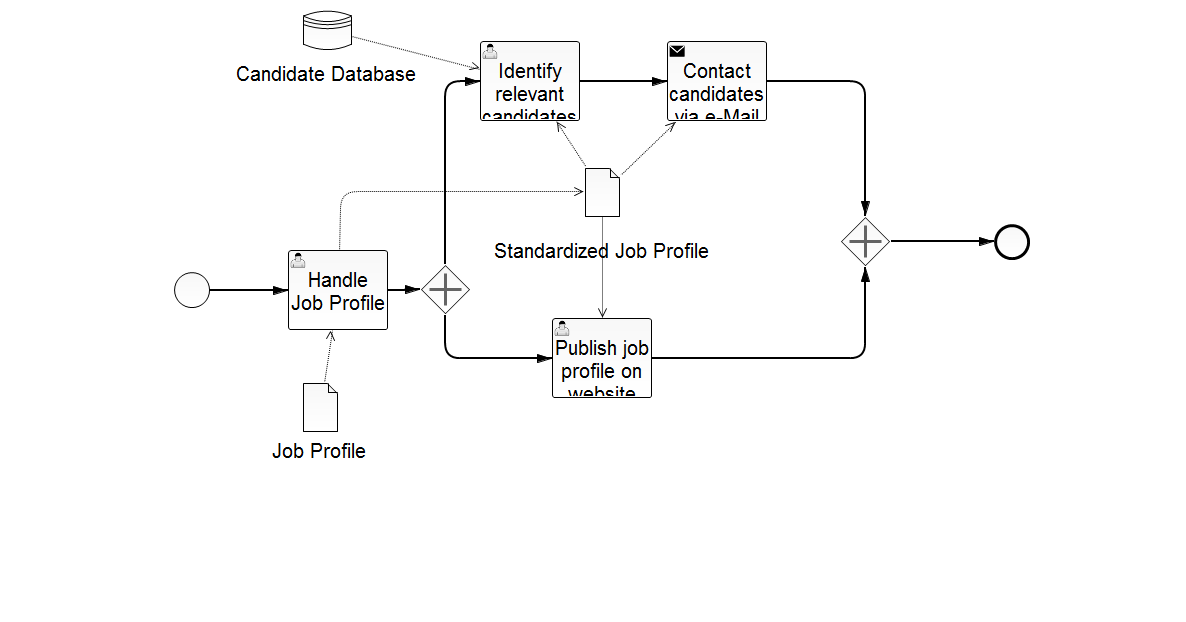
Before: src/main/resources/search_candidate.png, a diagram exported from BPMN (SandraLe/WEPLACM). Its source is kept beside it as src/main/resources/search_candidate.bpmn. Ids are renumbered.
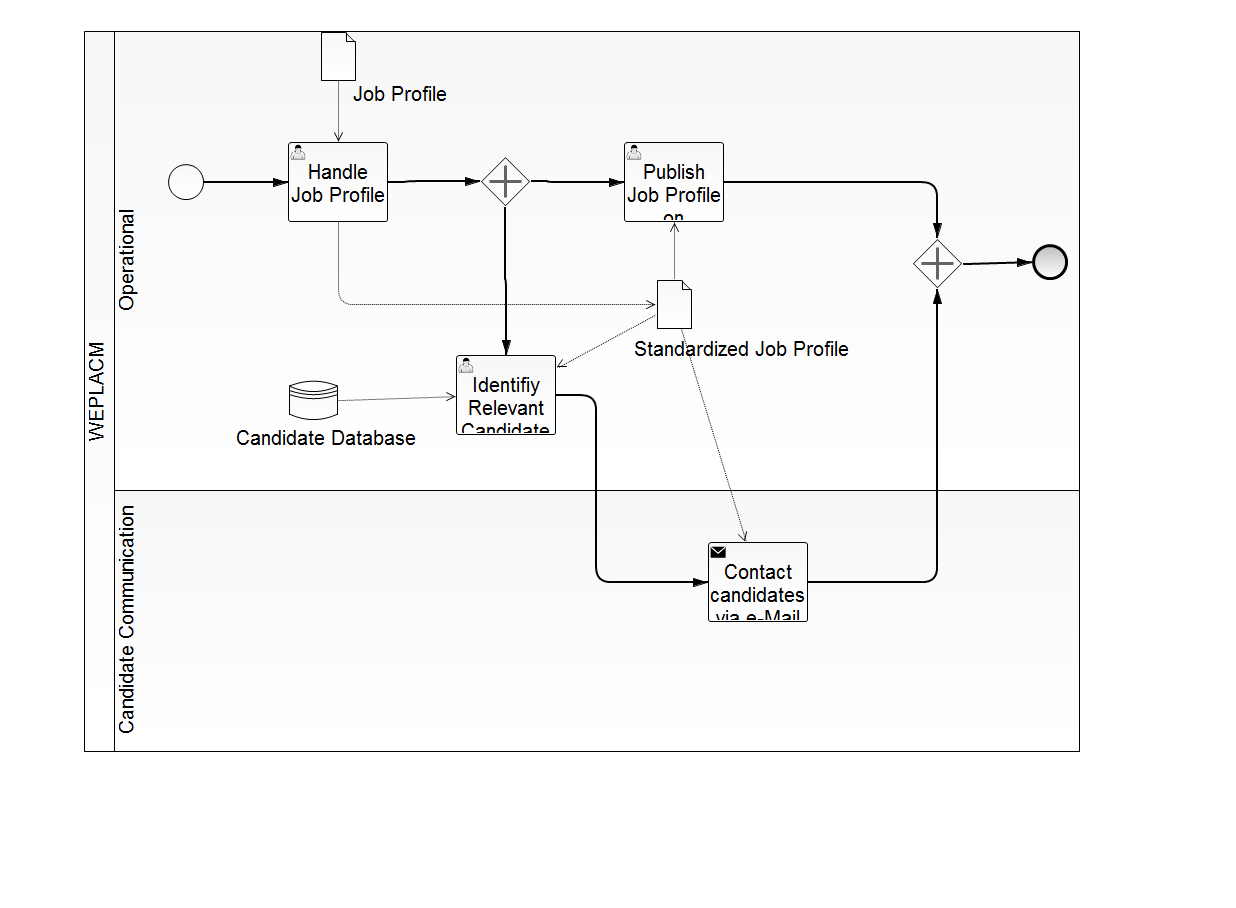
Later version of the same file.

Diff of the diagram source:
```diff
@@ -5,93 +5,93 @@
   <bpmn2:process id="search_candidate" isExecutable="true">
     <bpmn2:ioSpecification id="InputOutputSpecification_1"/>
     <bpmn2:laneSet id="LaneSet_1" name="Lane Set 1">
-      <bpmn2:lane id="Lane_1" name="Operational">
-        <bpmn2:flowNodeRef>EndEvent_3</bpmn2:flowNodeRef>
-        <bpmn2:flowNodeRef>Task_1</bpmn2:flowNodeRef>
-        <bpmn2:flowNodeRef>StartEvent_1</bpmn2:flowNodeRef>
-        <bpmn2:flowNodeRef>Task_3</bpmn2:flowNodeRef>
+      <bpmn2:lane id="Operations" name="Operations">
+        <bpmn2:flowNodeRef>HandleJobProfile</bpmn2:flowNodeRef>
+        <bpmn2:flowNodeRef>StartEvent_SearchCandidates</bpmn2:flowNodeRef>
+        <bpmn2:flowNodeRef>PublishJobProfileOnWebsite</bpmn2:flowNodeRef>
         <bpmn2:flowNodeRef>ParallelGateway_1</bpmn2:flowNodeRef>
-        <bpmn2:flowNodeRef>Task_2</bpmn2:flowNodeRef>
         <bpmn2:flowNodeRef>ParallelGateway_2</bpmn2:flowNodeRef>
+        <bpmn2:flowNodeRef>IdentifyRelevantCandidates</bpmn2:flowNodeRef>
+        <bpmn2:flowNodeRef>EndEvent_SearchCandidates</bpmn2:flowNodeRef>
       </bpmn2:lane>
-      <bpmn2:lane id="Lane_5" name="Candidate Communication">
-        <bpmn2:flowNodeRef>Task_4</bpmn2:flowNodeRef>
+      <bpmn2:lane id="CandidateCommunication" name="Candidate Communication">
+        <bpmn2:flowNodeRef>ContactCandidatesViaEMail</bpmn2:flowNodeRef>
       </bpmn2:lane>
     </bpmn2:laneSet>
-    <bpmn2:dataStoreReference id="_DataStoreReference_2" name="Candidate Database" dataStoreRef="DataStore_1"/>
+    <bpmn2:dataStoreReference id="CandidateDatabase" name="Candidate Database" dataStoreRef="DataStore_1"/>
     <bpmn2:dataObject id="DataObject_1" name="Data Object 1"/>
     <bpmn2:dataObject id="DataObject_2" name="Data Object 2"/>
-    <bpmn2:endEvent id="EndEvent_3">
-      <bpmn2:incoming>SequenceFlow_17</bpmn2:incoming>
-    </bpmn2:endEvent>
-    <bpmn2:dataObjectReference id="JobProfileReference1" name="Job Profile" dataObjectRef="DataObject_1"/>
-    <bpmn2:userTask id="Task_1" name="Handle Job Profile">
+    <bpmn2:userTask id="HandleJobProfile" name="Handle Job Profile">
       <bpmn2:incoming>SequenceFlow_1</bpmn2:incoming>
       <bpmn2:outgoing>SequenceFlow_10</bpmn2:outgoing>
       <bpmn2:dataInputAssociation id="DataInputAssociation_3">
-        <bpmn2:sourceRef>JobProfileReference1</bpmn2:sourceRef>
+        <bpmn2:sourceRef>JobProfile</bpmn2:sourceRef>
       </bpmn2:dataInputAssociation>
       <bpmn2:dataOutputAssociation id="DataOutputAssociation_1">
-        <bpmn2:targetRef>StandardizedJobProfileReference1</bpmn2:targetRef>
+        <bpmn2:targetRef>StandardizedJobProfile</bpmn2:targetRef>
       </bpmn2:dataOutputAssociation>
     </bpmn2:userTask>
-    <bpmn2:sequenceFlow id="SequenceFlow_10" name="" sourceRef="Task_1" targetRef="ParallelGateway_1"/>
-    <bpmn2:startEvent id="StartEvent_1">
+    <bpmn2:sequenceFlow id="SequenceFlow_10" name="" sourceRef="HandleJobProfile" targetRef="ParallelGateway_1"/>
+    <bpmn2:startEvent id="StartEvent_SearchCandidates">
       <bpmn2:outgoing>SequenceFlow_1</bpmn2:outgoing>
     </bpmn2:startEvent>
-    <bpmn2:sequenceFlow id="SequenceFlow_1" name="" sourceRef="StartEvent_1" targetRef="Task_1"/>
-    <bpmn2:userTask id="Task_3" name="Publish job profile on website">
+    <bpmn2:sequenceFlow id="SequenceFlow_1" name="" sourceRef="StartEvent_SearchCandidates" targetRef="HandleJobProfile"/>
+    <bpmn2:userTask id="PublishJobProfileOnWebsite" name="Publish Job Profile on Website">
       <bpmn2:incoming>SequenceFlow_8</bpmn2:incoming>
       <bpmn2:outgoing>SequenceFlow_14</bpmn2:outgoing>
       <bpmn2:dataInputAssociation id="DataInputAssociation_6">
-        <bpmn2:sourceRef>StandardizedJobProfileReference1</bpmn2:sourceRef>
+        <bpmn2:sourceRef>StandardizedJobProfile</bpmn2:sourceRef>
       </bpmn2:dataInputAssociation>
     </bpmn2:userTask>
-    <bpmn2:sequenceFlow id="SequenceFlow_14" name="" sourceRef="Task_3" targetRef="ParallelGateway_2"/>
+    <bpmn2:sequenceFlow id="SequenceFlow_14" name="" sourceRef="PublishJobProfileOnWebsite" targetRef="ParallelGateway_2"/>
     <bpmn2:parallelGateway id="ParallelGateway_1">
       <bpmn2:incoming>SequenceFlow_10</bpmn2:incoming>
       <bpmn2:outgoing>SequenceFlow_8</bpmn2:outgoing>
       <bpmn2:outgoing>SequenceFlow_9</bpmn2:outgoing>
     </bpmn2:parallelGateway>
-    <bpmn2:sequenceFlow id="SequenceFlow_8" name="" sourceRef="ParallelGateway_1" targetRef="Task_3"/>
-    <bpmn2:sequenceFlow id="SequenceFlow_9" name="" sourceRef="ParallelGateway_1" targetRef="Task_2"/>
-    <bpmn2:userTask id="Task_2" name="Identify relevant candidates from the database">
+    <bpmn2:sequenceFlow id="SequenceFlow_8" name="" sourceRef="ParallelGateway_1" targetRef="PublishJobProfileOnWebsite"/>
+    <bpmn2:sequenceFlow id="SequenceFlow_9" name="" sourceRef="ParallelGateway_1" targetRef="IdentifyRelevantCandidates"/>
+    <bpmn2:parallelGateway id="ParallelGateway_2">
+      <bpmn2:incoming>SequenceFlow_14</bpmn2:incoming>
+      <bpmn2:incoming>SequenceFlow_12</bpmn2:incoming>
+      <bpmn2:outgoing>SequenceFlow_17</bpmn2:outgoing>
+    </bpmn2:parallelGateway>
+    <bpmn2:sequenceFlow id="SequenceFlow_17" name="" sourceRef="ParallelGateway_2" targetRef="EndEvent_SearchCandidates"/>
+    <bpmn2:userTask id="IdentifyRelevantCandidates" name="Identifiy Relevant Candidates">
       <bpmn2:incoming>SequenceFlow_9</bpmn2:incoming>
       <bpmn2:outgoing>SequenceFlow_11</bpmn2:outgoing>
       <bpmn2:dataInputAssociation id="DataInputAssociation_1">
-        <bpmn2:sourceRef>_DataStoreReference_2</bpmn2:sourceRef>
+        <bpmn2:sourceRef>CandidateDatabase</bpmn2:sourceRef>
       </bpmn2:dataInputAssociation>
       <bpmn2:dataInputAssociation id="DataInputAssociation_5">
-        <bpmn2:sourceRef>StandardizedJobProfileReference1</bpmn2:sourceRef>
+        <bpmn2:sourceRef>StandardizedJobProfile</bpmn2:sourceRef>
       </bpmn2:dataInputAssociation>
     </bpmn2:userTask>
-    <bpmn2:sequenceFlow id="SequenceFlow_11" name="" sourceRef="Task_2" targetRef="Task_4"/>
-    <bpmn2:parallelGateway id="ParallelGateway_2">
-      <bpmn2:incoming>SequenceFlow_12</bpmn2:incoming>
-      <bpmn2:incoming>SequenceFlow_14</bpmn2:incoming>
-      <bpmn2:outgoing>SequenceFlow_17</bpmn2:outgoing>
-    </bpmn2:parallelGateway>
-    <bpmn2:sequenceFlow id="SequenceFlow_17" name="" sourceRef="ParallelGateway_2" targetRef="EndEvent_3"/>
-    <bpmn2:dataObjectReference id="StandardizedJobProfileReference1" name="Standardized Job Profile" dataObjectRef="DataObject_2"/>
-    <bpmn2:sendTask id="Task_4" name="Contact candidates via e-Mail">
+    <bpmn2:sequenceFlow id="SequenceFlow_11" name="" sourceRef="IdentifyRelevantCandidates" targetRef="ContactCandidatesViaEMail"/>
+    <bpmn2:sendTask id="ContactCandidatesViaEMail" name="Contact candidates via e-Mail">
       <bpmn2:incoming>SequenceFlow_11</bpmn2:incoming>
       <bpmn2:outgoing>SequenceFlow_12</bpmn2:outgoing>
       <bpmn2:dataInputAssociation id="DataInputAssociation_4">
-        <bpmn2:sourceRef>StandardizedJobProfileReference1</bpmn2:sourceRef>
+        <bpmn2:sourceRef>StandardizedJobProfile</bpmn2:sourceRef>
       </bpmn2:dataInputAssociation>
     </bpmn2:sendTask>
-    <bpmn2:sequenceFlow id="SequenceFlow_12" name="" sourceRef="Task_4" targetRef="ParallelGateway_2"/>
+    <bpmn2:sequenceFlow id="SequenceFlow_12" name="" sourceRef="ContactCandidatesViaEMail" targetRef="ParallelGateway_2"/>
+    <bpmn2:endEvent id="EndEvent_SearchCandidates">
+      <bpmn2:incoming>SequenceFlow_17</bpmn2:incoming>
+    </bpmn2:endEvent>
+    <bpmn2:dataObjectReference id="JobProfile" name="Job Profile" dataObjectRef="DataObject_1"/>
+    <bpmn2:dataObjectReference id="StandardizedJobProfile" name="Standardized Job Profile" dataObjectRef="DataObject_2"/>
   </bpmn2:process>
   <bpmn2:dataStore id="DataStore_1" name="Data Store 1"/>
   <bpmndi:BPMNDiagram id="BPMNDiagram_1">
     <bpmndi:BPMNPlane id="BPMNPlane_1" bpmnElement="_Collaboration_4">
-      <bpmndi:BPMNShape id="_BPMNShape_StartEvent_6" bpmnElement="StartEvent_1">
+      <bpmndi:BPMNShape id="_BPMNShape_StartEvent_6" bpmnElement="StartEvent_SearchCandidates">
         <dc:Bounds height="36.0" width="36.0" x="168.0" y="133.0"/>
         <bpmndi:BPMNLabel>
           <dc:Bounds height="0.0" width="0.0" x="186.0" y="555.0"/>
         </bpmndi:BPMNLabel>
       </bpmndi:BPMNShape>
-      <bpmndi:BPMNShape id="_BPMNShape_Task_2" bpmnElement="Task_1">
+      <bpmndi:BPMNShape id="_BPMNShape_Task_2" bpmnElement="HandleJobProfile">
         <dc:Bounds height="80.0" width="100.0" x="288.0" y="111.0"/>
       </bpmndi:BPMNShape>
       <bpmndi:BPMNEdge id="BPMNEdge_SequenceFlow_1" bpmnElement="SequenceFlow_1" sourceElement="_BPMNShape_StartEvent_6" targetElement="_BPMNShape_Task_2">
@@ -101,14 +101,14 @@
           <dc:Bounds height="6.0" width="6.0" x="254.0" y="555.0"/>
         </bpmndi:BPMNLabel>
       </bpmndi:BPMNEdge>
-      <bpmndi:BPMNShape id="_BPMNShape_Task_3" bpmnElement="Task_2">
-        <dc:Bounds height="80.0" width="100.0" x="456.0" y="269.0"/>
+      <bpmndi:BPMNShape id="_BPMNShape_Task_3" bpmnElement="IdentifyRelevantCandidates">
+        <dc:Bounds height="80.0" width="100.0" x="456.0" y="324.0"/>
       </bpmndi:BPMNShape>
-      <bpmndi:BPMNShape id="_BPMNShape_Task_4" bpmnElement="Task_3">
+      <bpmndi:BPMNShape id="_BPMNShape_Task_4" bpmnElement="PublishJobProfileOnWebsite">
         <dc:Bounds height="80.0" width="100.0" x="624.0" y="111.0"/>
       </bpmndi:BPMNShape>
-      <bpmndi:BPMNShape id="_BPMNShape_Task_5" bpmnElement="Task_4">
-        <dc:Bounds height="80.0" width="100.0" x="624.0" y="507.0"/>
+      <bpmndi:BPMNShape id="_BPMNShape_Task_5" bpmnElement="ContactCandidatesViaEMail">
+        <dc:Bounds height="80.0" width="100.0" x="708.0" y="511.0"/>
       </bpmndi:BPMNShape>
       <bpmndi:BPMNShape id="_BPMNShape_ParallelGateway_2" bpmnElement="ParallelGateway_1">
         <dc:Bounds height="50.0" width="50.0" x="480.0" y="125.0"/>
@@ -129,7 +129,7 @@
         <di:waypoint xsi:type="dc:Point" x="505.0" y="175.0"/>
         <di:waypoint xsi:type="dc:Point" x="505.0" y="248.0"/>
         <di:waypoint xsi:type="dc:Point" x="506.0" y="248.0"/>
-        <di:waypoint xsi:type="dc:Point" x="506.0" y="269.0"/>
+        <di:waypoint xsi:type="dc:Point" x="506.0" y="324.0"/>
         <bpmndi:BPMNLabel>
           <dc:Bounds height="6.0" width="6.0" x="502.0" y="555.0"/>
         </bpmndi:BPMNLabel>
@@ -144,12 +144,12 @@
         </bpmndi:BPMNLabel>
       </bpmndi:BPMNEdge>
       <bpmndi:BPMNEdge id="BPMNEdge_SequenceFlow_11" bpmnElement="SequenceFlow_11" sourceElement="_BPMNShape_Task_3" targetElement="_BPMNShape_Task_5">
-        <di:waypoint xsi:type="dc:Point" x="556.0" y="309.0"/>
-        <di:waypoint xsi:type="dc:Point" x="596.0" y="309.0"/>
-        <di:waypoint xsi:type="dc:Point" x="596.0" y="547.0"/>
-        <di:waypoint xsi:type="dc:Point" x="624.0" y="547.0"/>
+        <di:waypoint xsi:type="dc:Point" x="556.0" y="364.0"/>
+        <di:waypoint xsi:type="dc:Point" x="596.0" y="364.0"/>
+        <di:waypoint xsi:type="dc:Point" x="596.0" y="551.0"/>
+        <di:waypoint xsi:type="dc:Point" x="708.0" y="551.0"/>
         <bpmndi:BPMNLabel>
-          <dc:Bounds height="6.0" width="6.0" x="601.0" y="555.0"/>
+          <dc:Bounds height="6.0" width="6.0" x="593.0" y="450.0"/>
         </bpmndi:BPMNLabel>
       </bpmndi:BPMNEdge>
       <bpmndi:BPMNShape id="_BPMNShape_ParallelGateway_3" bpmnElement="ParallelGateway_2">
@@ -159,87 +159,86 @@
         </bpmndi:BPMNLabel>
       </bpmndi:BPMNShape>
       <bpmndi:BPMNEdge id="BPMNEdge_SequenceFlow_12" bpmnElement="SequenceFlow_12" sourceElement="_BPMNShape_Task_5" targetElement="_BPMNShape_ParallelGateway_3">
-        <di:waypoint xsi:type="dc:Point" x="724.0" y="547.0"/>
-        <di:waypoint xsi:type="dc:Point" x="937.0" y="547.0"/>
+        <di:waypoint xsi:type="dc:Point" x="808.0" y="551.0"/>
+        <di:waypoint xsi:type="dc:Point" x="937.0" y="551.0"/>
         <di:waypoint xsi:type="dc:Point" x="937.0" y="257.0"/>
         <bpmndi:BPMNLabel>
-          <dc:Bounds height="6.0" width="6.0" x="777.0" y="660.0"/>
+          <dc:Bounds height="6.0" width="6.0" x="861.0" y="664.0"/>
         </bpmndi:BPMNLabel>
       </bpmndi:BPMNEdge>
       <bpmndi:BPMNEdge id="BPMNEdge_SequenceFlow_14" bpmnElement="SequenceFlow_14" sourceElement="_BPMNShape_Task_4" targetElement="_BPMNShape_ParallelGateway_3">
         <di:waypoint xsi:type="dc:Point" x="724.0" y="151.0"/>
         <di:waypoint xsi:type="dc:Point" x="746.0" y="151.0"/>
-        <di:waypoint xsi:type="dc:Point" x="746.0" y="232.0"/>
-        <di:waypoint xsi:type="dc:Point" x="912.0" y="232.0"/>
+        <di:waypoint xsi:type="dc:Point" x="937.0" y="151.0"/>
+        <di:waypoint xsi:type="dc:Point" x="937.0" y="207.0"/>
         <bpmndi:BPMNLabel>
-          <dc:Bounds height="6.0" width="6.0" x="775.0" y="555.0"/>
+          <dc:Bounds height="6.0" width="6.0" x="856.0" y="474.0"/>
         </bpmndi:BPMNLabel>
       </bpmndi:BPMNEdge>
-      <bpmndi:BPMNShape id="_BPMNShape_EndEvent_7" bpmnElement="EndEvent_3">
-        <dc:Bounds height="36.0" width="36.0" x="994.0" y="309.0"/>
+      <bpmndi:BPMNShape id="_BPMNShape_EndEvent_7" bpmnElement="EndEvent_SearchCandidates">
+        <dc:Bounds height="36.0" width="36.0" x="1032.0" y="213.0"/>
         <bpmndi:BPMNLabel>
-          <dc:Bounds height="0.0" width="0.0" x="1012.0" y="555.0"/>
+          <dc:Bounds height="0.0" width="0.0" x="1050.0" y="459.0"/>
         </bpmndi:BPMNLabel>
       </bpmndi:BPMNShape>
       <bpmndi:BPMNEdge id="BPMNEdge_SequenceFlow_17" bpmnElement="SequenceFlow_17" sourceElement="_BPMNShape_ParallelGateway_3" targetElement="_BPMNShape_EndEvent_7">
-        <di:waypoint xsi:type="dc:Point" x="937.0" y="257.0"/>
-        <di:waypoint xsi:type="dc:Point" x="937.0" y="327.0"/>
-        <di:waypoint xsi:type="dc:Point" x="994.0" y="327.0"/>
+        <di:waypoint xsi:type="dc:Point" x="962.0" y="232.0"/>
+        <di:waypoint xsi:type="dc:Point" x="1032.0" y="231.0"/>
         <bpmndi:BPMNLabel>
-          <dc:Bounds height="6.0" width="6.0" x="932.0" y="555.0"/>
+          <dc:Bounds height="6.0" width="6.0" x="982.0" y="232.0"/>
         </bpmndi:BPMNLabel>
       </bpmndi:BPMNEdge>
-      <bpmndi:BPMNShape id="_BPMNShape_DataStoreReference_2" bpmnElement="_DataStoreReference_2">
+      <bpmndi:BPMNShape id="_BPMNShape_DataStoreReference_2" bpmnElement="CandidateDatabase">
         <dc:Bounds height="50.0" width="50.0" x="288.0" y="344.0"/>
         <bpmndi:BPMNLabel>
-          <dc:Bounds height="22.0" width="123.0" x="266.0" y="393.0"/>
+          <dc:Bounds height="29.0" width="186.0" x="234.0" y="393.0"/>
         </bpmndi:BPMNLabel>
       </bpmndi:BPMNShape>
       <bpmndi:BPMNEdge id="BPMNEdge_DataInputAssociation_1" bpmnElement="DataInputAssociation_1" sourceElement="_BPMNShape_DataStoreReference_2" targetElement="_BPMNShape_Task_3">
-        <di:waypoint xsi:type="dc:Point" x="338.0" y="361.0"/>
-        <di:waypoint xsi:type="dc:Point" x="456.0" y="325.0"/>
+        <di:waypoint xsi:type="dc:Point" x="338.0" y="368.0"/>
+        <di:waypoint xsi:type="dc:Point" x="456.0" y="365.0"/>
       </bpmndi:BPMNEdge>
-      <bpmndi:BPMNShape id="_BPMNShape_DataObjectReference_7" bpmnElement="JobProfileReference1">
-        <dc:Bounds height="50.0" width="36.0" x="324.0" y="27.0"/>
+      <bpmndi:BPMNShape id="_BPMNShape_DataObjectReference_7" bpmnElement="JobProfile">
+        <dc:Bounds height="50.0" width="36.0" x="320.0" y="0.0"/>
         <bpmndi:BPMNLabel>
-          <dc:Bounds height="22.0" width="66.0" x="372.0" y="76.0"/>
+          <dc:Bounds height="29.0" width="100.0" x="351.0" y="49.0"/>
         </bpmndi:BPMNLabel>
       </bpmndi:BPMNShape>
       <bpmndi:BPMNEdge id="BPMNEdge_DataInputAssociation_3" bpmnElement="DataInputAssociation_3" sourceElement="_BPMNShape_DataObjectReference_7" targetElement="_BPMNShape_Task_2">
-        <di:waypoint xsi:type="dc:Point" x="341.0" y="77.0"/>
-        <di:waypoint xsi:type="dc:Point" x="340.0" y="111.0"/>
+        <di:waypoint xsi:type="dc:Point" x="338.0" y="50.0"/>
+        <di:waypoint xsi:type="dc:Point" x="338.0" y="111.0"/>
       </bpmndi:BPMNEdge>
-      <bpmndi:BPMNShape id="_BPMNShape_DataObjectReference_8" bpmnElement="StandardizedJobProfileReference1">
-        <dc:Bounds height="50.0" width="36.0" x="656.0" y="231.0"/>
+      <bpmndi:BPMNShape id="_BPMNShape_DataObjectReference_8" bpmnElement="StandardizedJobProfile">
+        <dc:Bounds height="50.0" width="36.0" x="656.0" y="248.0"/>
         <bpmndi:BPMNLabel>
-          <dc:Bounds height="22.0" width="146.0" x="684.0" y="298.0"/>
+          <dc:Bounds height="29.0" width="221.0" x="632.0" y="304.0"/>
         </bpmndi:BPMNLabel>
       </bpmndi:BPMNShape>
       <bpmndi:BPMNEdge id="BPMNEdge_DataInputAssociation_4" bpmnElement="DataInputAssociation_4" sourceElement="_BPMNShape_DataObjectReference_8" targetElement="_BPMNShape_Task_5">
-        <di:waypoint xsi:type="dc:Point" x="674.0" y="281.0"/>
-        <di:waypoint xsi:type="dc:Point" x="674.0" y="507.0"/>
+        <di:waypoint xsi:type="dc:Point" x="682.0" y="298.0"/>
+        <di:waypoint xsi:type="dc:Point" x="746.0" y="511.0"/>
       </bpmndi:BPMNEdge>
       <bpmndi:BPMNEdge id="BPMNEdge_DataInputAssociation_5" bpmnElement="DataInputAssociation_5" sourceElement="_BPMNShape_DataObjectReference_8" targetElement="_BPMNShape_Task_3">
-        <di:waypoint xsi:type="dc:Point" x="656.0" y="262.0"/>
-        <di:waypoint xsi:type="dc:Point" x="556.0" y="293.0"/>
+        <di:waypoint xsi:type="dc:Point" x="656.0" y="283.0"/>
+        <di:waypoint xsi:type="dc:Point" x="556.0" y="337.0"/>
       </bpmndi:BPMNEdge>
       <bpmndi:BPMNEdge id="BPMNEdge_DataInputAssociation_6" bpmnElement="DataInputAssociation_6" sourceElement="_BPMNShape_DataObjectReference_8" targetElement="_BPMNShape_Task_4">
-        <di:waypoint xsi:type="dc:Point" x="674.0" y="231.0"/>
+        <di:waypoint xsi:type="dc:Point" x="674.0" y="248.0"/>
         <di:waypoint xsi:type="dc:Point" x="674.0" y="191.0"/>
       </bpmndi:BPMNEdge>
       <bpmndi:BPMNEdge id="BPMNEdge_DataOutputAssociation_1" bpmnElement="DataOutputAssociation_1" sourceElement="_BPMNShape_Task_2" targetElement="_BPMNShape_DataObjectReference_8">
         <di:waypoint xsi:type="dc:Point" x="338.0" y="191.0"/>
-        <di:waypoint xsi:type="dc:Point" x="338.0" y="256.0"/>
-        <di:waypoint xsi:type="dc:Point" x="656.0" y="256.0"/>
+        <di:waypoint xsi:type="dc:Point" x="338.0" y="273.0"/>
+        <di:waypoint xsi:type="dc:Point" x="656.0" y="273.0"/>
       </bpmndi:BPMNEdge>
       <bpmndi:BPMNShape id="_BPMNShape_Participant_6" bpmnElement="WEPLACM" isHorizontal="true">
-        <dc:Bounds height="627.0" width="996.0" x="84.0" y="0.0"/>
+        <dc:Bounds height="721.0" width="996.0" x="84.0" y="0.0"/>
       </bpmndi:BPMNShape>
-      <bpmndi:BPMNShape id="_BPMNShape_Lane_2" bpmnElement="Lane_1" isHorizontal="true">
+      <bpmndi:BPMNShape id="_BPMNShape_Lane_2" bpmnElement="Operations" isHorizontal="true">
         <dc:Bounds height="460.0" width="966.0" x="114.0" y="0.0"/>
       </bpmndi:BPMNShape>
-      <bpmndi:BPMNShape id="_BPMNShape_Lane_6" bpmnElement="Lane_5" isHorizontal="true">
-        <dc:Bounds height="168.0" width="966.0" x="114.0" y="459.0"/>
+      <bpmndi:BPMNShape id="_BPMNShape_Lane_6" bpmnElement="CandidateCommunication" isHorizontal="true">
+        <dc:Bounds height="262.0" width="966.0" x="114.0" y="459.0"/>
       </bpmndi:BPMNShape>
     </bpmndi:BPMNPlane>
   </bpmndi:BPMNDiagram>
```
